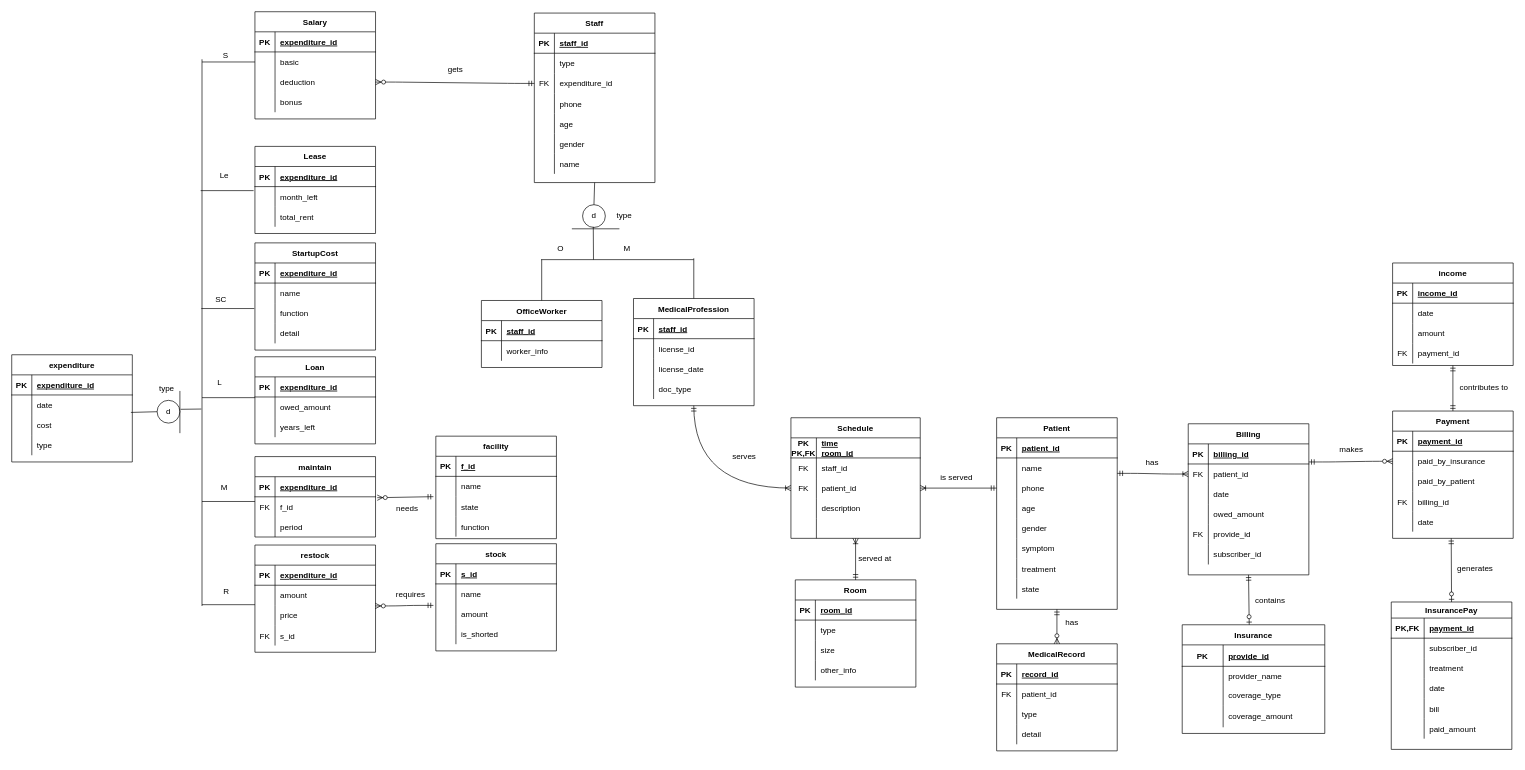
This is Untitled Diagram.drawio from Jikaqiu/Jikaqiu.github.io, a draw.io file, before an edit. Source tidied: cells renumbered, new cells numbered last; positions are measured from the earlier drawing's top-left corner, leaving out a move shared by most shapes. Both pictures are drawn from the tidied source at 67%, with x=0, y=0 at pixel (11, 11).
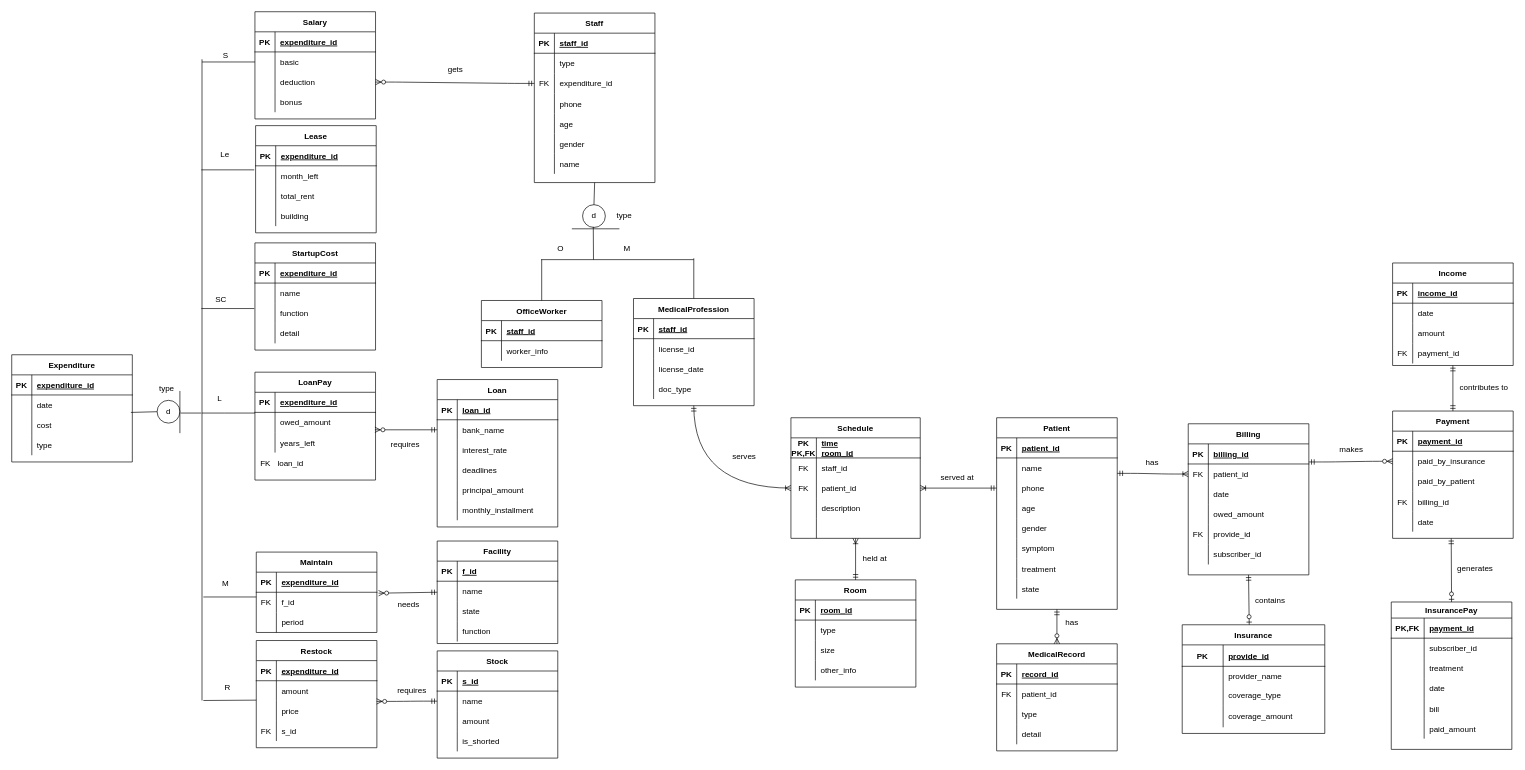
After the change.

Unchanged cells that the change refers to:
```xml
<mxCell id="218" style="shape=partialRectangle;fillColor=none;top=0;left=0;bottom=0;right=0;points=[[0,0.5],[1,0.5]];portConstraint=eastwest;" parent="214" vertex="1">
  <mxGeometry y="60" width="180" height="30" as="geometry" />
</mxCell>
<mxCell id="221" style="shape=partialRectangle;fillColor=none;top=0;left=0;bottom=0;right=0;points=[[0,0.5],[1,0.5]];portConstraint=eastwest;" parent="214" vertex="1">
  <mxGeometry y="90" width="180" height="30" as="geometry" />
</mxCell>
<mxCell id="234" style="shape=partialRectangle;fillColor=none;top=0;left=0;bottom=0;right=0;points=[[0,0.5],[1,0.5]];portConstraint=eastwest;" parent="227" vertex="1">
  <mxGeometry y="90" width="180" height="30" as="geometry" />
</mxCell>
<mxCell id="244" style="shape=partialRectangle;fillColor=none;top=0;left=0;bottom=0;right=0;points=[[0,0.5],[1,0.5]];portConstraint=eastwest;" parent="240" vertex="1">
  <mxGeometry y="60" width="180" height="30" as="geometry" />
</mxCell>
<mxCell id="254" style="shape=partialRectangle;fillColor=none;top=0;left=0;bottom=0;right=0;points=[[0,0.5],[1,0.5]];portConstraint=eastwest;" parent="250" vertex="1">
  <mxGeometry y="60" width="180" height="30" as="geometry" />
</mxCell>
<mxCell id="257" style="shape=partialRectangle;fillColor=none;top=0;left=0;bottom=0;right=0;points=[[0,0.5],[1,0.5]];portConstraint=eastwest;" parent="250" vertex="1">
  <mxGeometry y="90" width="180" height="30" as="geometry" />
</mxCell>
```

Change to the diagram source:
```diff
@@
-    <mxCell id="143" value="Loan" style="shape=table;startSize=30;childLayout=tableLayout;rowLines=0;fontStyle=1;align=center;" parent="1" vertex="1">
-      <mxGeometry x="363" y="515" width="180" height="130" as="geometry" />
+    <mxCell id="143" value="LoanPay" style="shape=table;startSize=30;childLayout=tableLayout;rowLines=0;fontStyle=1;align=center;" parent="1" vertex="1">
+      <mxGeometry x="363" y="538" width="180" height="161" as="geometry" />
     </mxCell>
@@
-    <mxCell id="201" value="income" style="shape=table;startSize=30;childLayout=tableLayout;rowLines=0;fontStyle=1;align=center;" parent="1" vertex="1">
+    <mxCell id="201" value="Income" style="shape=table;startSize=30;childLayout=tableLayout;rowLines=0;fontStyle=1;align=center;" parent="1" vertex="1">
       <mxGeometry x="2061" y="375" width="180" height="153" as="geometry" />
     </mxCell>
@@
-    <mxCell id="214" value="stock" style="shape=table;startSize=30;childLayout=tableLayout;rowLines=0;fontStyle=1;align=center;" parent="1" vertex="1">
-      <mxGeometry x="633" y="794" width="180" height="160" as="geometry" />
+    <mxCell id="214" value="Stock" style="shape=table;startSize=30;childLayout=tableLayout;rowLines=0;fontStyle=1;align=center;" parent="1" vertex="1">
+      <mxGeometry x="635" y="954" width="180" height="160" as="geometry" />
     </mxCell>
@@
-    <mxCell id="227" value="restock" style="shape=table;startSize=30;childLayout=tableLayout;rowLines=0;fontStyle=1;align=center;" parent="1" vertex="1">
-      <mxGeometry x="363" y="796" width="180" height="160" as="geometry" />
+    <mxCell id="227" value="Restock" style="shape=table;startSize=30;childLayout=tableLayout;rowLines=0;fontStyle=1;align=center;" parent="1" vertex="1">
+      <mxGeometry x="365" y="938.5" width="180" height="160" as="geometry" />
     </mxCell>
@@
-    <mxCell id="240" value="maintain" style="shape=table;startSize=30;childLayout=tableLayout;rowLines=0;fontStyle=1;align=center;" parent="1" vertex="1">
-      <mxGeometry x="363" y="664" width="180" height="120" as="geometry" />
+    <mxCell id="240" value="Maintain" style="shape=table;startSize=30;childLayout=tableLayout;rowLines=0;fontStyle=1;align=center;" parent="1" vertex="1">
+      <mxGeometry x="365" y="806.5" width="180" height="120" as="geometry" />
     </mxCell>
@@
-    <mxCell id="250" value="facility" style="shape=table;startSize=30;childLayout=tableLayout;rowLines=0;fontStyle=1;align=center;" parent="1" vertex="1">
-      <mxGeometry x="633" y="633.5" width="180" height="153" as="geometry" />
+    <mxCell id="250" value="Facility" style="shape=table;startSize=30;childLayout=tableLayout;rowLines=0;fontStyle=1;align=center;" parent="1" vertex="1">
+      <mxGeometry x="635" y="790" width="180" height="153" as="geometry" />
     </mxCell>
@@
-    <mxCell id="263" value="expenditure" style="shape=table;startSize=30;childLayout=tableLayout;rowLines=0;fontStyle=1;align=center;" parent="1" vertex="1">
+    <mxCell id="263" value="Expenditure" style="shape=table;startSize=30;childLayout=tableLayout;rowLines=0;fontStyle=1;align=center;" parent="1" vertex="1">
       <mxGeometry y="512" width="180" height="160" as="geometry" />
     </mxCell>
@@
-    <mxCell id="299" value="is served" style="text;html=1;align=center;verticalAlign=middle;fillColor=none;strokeColor=none;rounded=0;" parent="1" vertex="1">
-      <mxGeometry x="1381" y="687" width="58" height="18" as="geometry" />
+    <mxCell id="299" value="served at" style="text;html=1;align=center;verticalAlign=middle;fillColor=none;strokeColor=none;rounded=0;" parent="1" vertex="1">
+      <mxGeometry x="1381" y="687" width="59" height="18" as="geometry" />
     </mxCell>
@@
-    <mxCell id="301" value="served at" style="text;html=1;align=center;verticalAlign=middle;fillColor=none;strokeColor=none;rounded=0;" parent="1" vertex="1">
-      <mxGeometry x="1258" y="808" width="59" height="18" as="geometry" />
+    <mxCell id="301" value="held at" style="text;html=1;align=center;verticalAlign=middle;fillColor=none;strokeColor=none;rounded=0;" parent="1" vertex="1">
+      <mxGeometry x="1265" y="808" width="46" height="18" as="geometry" />
     </mxCell>
@@
     <mxCell id="309" style="endArrow=none;html=1;rounded=0;" parent="1" edge="1">
       <mxGeometry relative="1" as="geometry">
-        <mxPoint x="252" y="593.4" as="sourcePoint" />
-        <mxPoint x="283" y="593" as="targetPoint" />
+        <mxPoint x="252" y="599" as="sourcePoint" />
+        <mxPoint x="283" y="599" as="targetPoint" />
       </mxGeometry>
     </mxCell>
     <mxCell id="310" style="endArrow=none;html=1;rounded=0;" parent="1" edge="1">
       <mxGeometry relative="1" as="geometry">
-        <mxPoint x="284" y="887" as="sourcePoint" />
+        <mxPoint x="284" y="1028" as="sourcePoint" />
         <mxPoint x="284" y="71" as="targetPoint" />
       </mxGeometry>
     </mxCell>
@@
     <mxCell id="313" style="endArrow=none;html=1;rounded=0;" parent="1" edge="1">
       <mxGeometry relative="1" as="geometry">
-        <mxPoint x="284" y="576" as="sourcePoint" />
-        <mxPoint x="363" y="576" as="targetPoint" />
+        <mxPoint x="284" y="599" as="sourcePoint" />
+        <mxPoint x="363" y="599" as="targetPoint" />
+        <Array as="points">
+          <mxPoint x="318" y="599" />
+        </Array>
       </mxGeometry>
     </mxCell>
     <mxCell id="314" style="endArrow=none;html=1;rounded=0;" parent="1" edge="1">
       <mxGeometry relative="1" as="geometry">
-        <mxPoint x="284" y="731" as="sourcePoint" />
-        <mxPoint x="363" y="731" as="targetPoint" />
+        <mxPoint x="286" y="873.5" as="sourcePoint" />
+        <mxPoint x="365" y="873.5" as="targetPoint" />
       </mxGeometry>
     </mxCell>
     <mxCell id="315" style="endArrow=none;html=1;rounded=0;" parent="1" edge="1">
       <mxGeometry relative="1" as="geometry">
-        <mxPoint x="284" y="885" as="sourcePoint" />
-        <mxPoint x="363" y="885" as="targetPoint" />
+        <mxPoint x="286" y="1028" as="sourcePoint" />
+        <mxPoint x="365" y="1027.5" as="targetPoint" />
       </mxGeometry>
     </mxCell>
     <mxCell id="316" value="L" style="text;html=1;align=center;verticalAlign=middle;fillColor=none;strokeColor=none;rounded=0;" parent="1" vertex="1">
-      <mxGeometry x="301" y="545" width="17" height="18" as="geometry" />
+      <mxGeometry x="301" y="568" width="17" height="18" as="geometry" />
     </mxCell>
     <mxCell id="317" value="M" style="text;html=1;align=center;verticalAlign=middle;fillColor=none;strokeColor=none;rounded=0;" parent="1" vertex="1">
-      <mxGeometry x="307" y="701" width="20" height="18" as="geometry" />
+      <mxGeometry x="309" y="843.5" width="20" height="18" as="geometry" />
     </mxCell>
     <mxCell id="318" value="R" style="text;html=1;align=center;verticalAlign=middle;fillColor=none;strokeColor=none;rounded=0;" parent="1" vertex="1">
-      <mxGeometry x="310" y="857" width="19" height="18" as="geometry" />
+      <mxGeometry x="312" y="999.5" width="19" height="18" as="geometry" />
     </mxCell>
-    <mxCell id="319" style="fontSize=12;html=1;endArrow=ERzeroToMany;startArrow=ERmandOne;exitX=-0.02;exitY=0.01;exitDx=0;exitDy=0;exitPerimeter=0;entryX=1.014;entryY=0.045;entryDx=0;entryDy=0;entryPerimeter=0;" parent="1" edge="1" source="257" target="244">
+    <mxCell id="319" style="fontSize=12;html=1;endArrow=ERzeroToMany;startArrow=ERmandOne;entryX=1.014;entryY=0.045;entryDx=0;entryDy=0;entryPerimeter=0;" parent="1" edge="1" source="254" target="244">
       <mxGeometry relative="1" as="geometry" />
     </mxCell>
     <mxCell id="320" value="needs" style="text;html=1;align=center;verticalAlign=middle;fillColor=none;strokeColor=none;rounded=0;" parent="1" vertex="1">
-      <mxGeometry x="568" y="733" width="43" height="18" as="geometry" />
+      <mxGeometry x="570" y="875.5" width="43" height="18" as="geometry" />
     </mxCell>
-    <mxCell id="321" style="edgeStyle=entityRelationEdgeStyle;fontSize=12;html=1;endArrow=ERzeroToMany;startArrow=ERmandOne;entryX=0.998;entryY=0.029;entryDx=0;entryDy=0;entryPerimeter=0;exitX=-0.02;exitY=0.069;exitDx=0;exitDy=0;exitPerimeter=0;" parent="1" edge="1" source="221" target="234">
+    <mxCell id="321" style="edgeStyle=entityRelationEdgeStyle;fontSize=12;html=1;endArrow=ERzeroToMany;startArrow=ERmandOne;entryX=0.998;entryY=0.029;entryDx=0;entryDy=0;entryPerimeter=0;exitX=0;exitY=0.5;exitDx=0;exitDy=0;" parent="1" edge="1" source="218" target="234">
       <mxGeometry relative="1" as="geometry" />
     </mxCell>
     <mxCell id="322" value="requires" style="text;html=1;align=center;verticalAlign=middle;fillColor=none;strokeColor=none;rounded=0;" parent="1" vertex="1">
-      <mxGeometry x="568" y="861" width="53" height="18" as="geometry" />
+      <mxGeometry x="570" y="1003.5" width="53" height="18" as="geometry" />
     </mxCell>
     <mxCell id="323" value="Lease" style="shape=table;startSize=30;childLayout=tableLayout;rowLines=0;fontStyle=1;align=center;" parent="1" vertex="1">
-      <mxGeometry x="363" y="201" width="180" height="130" as="geometry" />
+      <mxGeometry x="364" y="170" width="180" height="160" as="geometry" />
     </mxCell>
@@
+    <mxCell id="352" style="shape=partialRectangle;fillColor=none;top=0;left=0;bottom=0;right=0;" parent="323" vertex="1">
+      <mxGeometry y="120" width="180" height="30" as="geometry" />
+    </mxCell>
+    <mxCell id="353" style="shape=partialRectangle;fillColor=none;top=0;left=0;bottom=0;right=0;overflow=hidden;" parent="352" vertex="1">
+      <mxGeometry width="30" height="30" as="geometry" />
+    </mxCell>
+    <mxCell id="354" value="building" style="shape=partialRectangle;fillColor=none;top=0;left=0;bottom=0;right=0;align=left;spacingLeft=6;overflow=hidden;" parent="352" vertex="1">
+      <mxGeometry x="30" width="150" height="30" as="geometry" />
+    </mxCell>
     <mxCell id="333" style="endArrow=none;html=1;rounded=0;" parent="1" edge="1">
       <mxGeometry relative="1" as="geometry">
-        <mxPoint x="282" y="267" as="sourcePoint" />
-        <mxPoint x="361" y="267" as="targetPoint" />
+        <mxPoint x="283" y="236" as="sourcePoint" />
+        <mxPoint x="362" y="236" as="targetPoint" />
       </mxGeometry>
     </mxCell>
     <mxCell id="334" value="Le" style="text;html=1;align=center;verticalAlign=middle;fillColor=none;strokeColor=none;rounded=0;" parent="1" vertex="1">
-      <mxGeometry x="305" y="236" width="23" height="18" as="geometry" />
+      <mxGeometry x="306" y="205" width="23" height="18" as="geometry" />
     </mxCell>
@@
+    <mxCell id="355" value="Loan" style="shape=table;startSize=30;childLayout=tableLayout;rowLines=0;fontStyle=1;align=center;" parent="1" vertex="1">
+      <mxGeometry x="635" y="549" width="180" height="220" as="geometry" />
+    </mxCell>
+    <mxCell id="356" style="shape=partialRectangle;fillColor=none;top=0;left=0;bottom=1;right=0;" parent="355" vertex="1">
+      <mxGeometry y="30" width="180" height="30" as="geometry" />
+    </mxCell>
+    <mxCell id="357" value="PK" style="shape=partialRectangle;fillColor=none;top=0;left=0;bottom=0;right=0;fontStyle=1;overflow=hidden;" parent="356" vertex="1">
+      <mxGeometry width="30" height="30" as="geometry" />
+    </mxCell>
+    <mxCell id="358" value="loan_id" style="shape=partialRectangle;fillColor=none;top=0;left=0;bottom=0;right=0;align=left;spacingLeft=6;fontStyle=5;overflow=hidden;" parent="356" vertex="1">
+      <mxGeometry x="30" width="150" height="30" as="geometry" />
+    </mxCell>
+    <mxCell id="359" style="shape=partialRectangle;fillColor=none;top=0;left=0;bottom=0;right=0;points=[[0,0.5],[1,0.5]];portConstraint=eastwest;" parent="355" vertex="1">
+      <mxGeometry y="60" width="180" height="30" as="geometry" />
+    </mxCell>
+    <mxCell id="360" style="shape=partialRectangle;fillColor=none;top=0;left=0;bottom=0;right=0;overflow=hidden;" parent="359" vertex="1">
+      <mxGeometry width="30" height="30" as="geometry" />
+    </mxCell>
+    <mxCell id="361" value="bank_name" style="shape=partialRectangle;fillColor=none;top=0;left=0;bottom=0;right=0;align=left;spacingLeft=6;overflow=hidden;" parent="359" vertex="1">
+      <mxGeometry x="30" width="150" height="30" as="geometry" />
+    </mxCell>
+    <mxCell id="362" style="shape=partialRectangle;fillColor=none;top=0;left=0;bottom=0;right=0;" parent="355" vertex="1">
+      <mxGeometry y="90" width="180" height="30" as="geometry" />
+    </mxCell>
+    <mxCell id="363" style="shape=partialRectangle;fillColor=none;top=0;left=0;bottom=0;right=0;overflow=hidden;" parent="362" vertex="1">
+      <mxGeometry width="30" height="30" as="geometry" />
+    </mxCell>
+    <mxCell id="364" value="interest_rate" style="shape=partialRectangle;fillColor=none;top=0;left=0;bottom=0;right=0;align=left;spacingLeft=6;overflow=hidden;" parent="362" vertex="1">
+      <mxGeometry x="30" width="150" height="30" as="geometry" />
+    </mxCell>
+    <mxCell id="365" style="shape=partialRectangle;fillColor=none;top=0;left=0;bottom=0;right=0;" parent="355" vertex="1">
+      <mxGeometry y="120" width="180" height="30" as="geometry" />
+    </mxCell>
+    <mxCell id="366" style="shape=partialRectangle;fillColor=none;top=0;left=0;bottom=0;right=0;overflow=hidden;" parent="365" vertex="1">
+      <mxGeometry width="30" height="30" as="geometry" />
+    </mxCell>
+    <mxCell id="367" value="deadlines" style="shape=partialRectangle;fillColor=none;top=0;left=0;bottom=0;right=0;align=left;spacingLeft=6;overflow=hidden;" parent="365" vertex="1">
+      <mxGeometry x="30" width="150" height="30" as="geometry" />
+    </mxCell>
+    <mxCell id="368" style="shape=partialRectangle;fillColor=none;top=0;left=0;bottom=0;right=0;" parent="355" vertex="1">
+      <mxGeometry y="150" width="180" height="30" as="geometry" />
+    </mxCell>
+    <mxCell id="369" style="shape=partialRectangle;fillColor=none;top=0;left=0;bottom=0;right=0;overflow=hidden;" parent="368" vertex="1">
+      <mxGeometry width="30" height="30" as="geometry" />
+    </mxCell>
+    <mxCell id="370" value="principal_amount" style="shape=partialRectangle;fillColor=none;top=0;left=0;bottom=0;right=0;align=left;spacingLeft=6;overflow=hidden;" parent="368" vertex="1">
+      <mxGeometry x="30" width="150" height="30" as="geometry" />
+    </mxCell>
+    <mxCell id="371" style="shape=partialRectangle;fillColor=none;top=0;left=0;bottom=0;right=0;" parent="355" vertex="1">
+      <mxGeometry y="180" width="180" height="30" as="geometry" />
+    </mxCell>
+    <mxCell id="372" style="shape=partialRectangle;fillColor=none;top=0;left=0;bottom=0;right=0;overflow=hidden;" parent="371" vertex="1">
+      <mxGeometry width="30" height="30" as="geometry" />
+    </mxCell>
+    <mxCell id="373" value="monthly_installment" style="shape=partialRectangle;fillColor=none;top=0;left=0;bottom=0;right=0;align=left;spacingLeft=6;overflow=hidden;" parent="371" vertex="1">
+      <mxGeometry x="30" width="150" height="30" as="geometry" />
+    </mxCell>
+    <mxCell id="374" style="shape=partialRectangle;fillColor=none;top=0;left=0;bottom=0;right=0;" parent="1" vertex="1">
+      <mxGeometry x="364" y="659" width="180" height="30" as="geometry" />
+    </mxCell>
+    <mxCell id="375" value="FK" style="shape=partialRectangle;fillColor=none;top=0;left=0;bottom=0;right=0;overflow=hidden;" parent="374" vertex="1">
+      <mxGeometry width="30" height="30" as="geometry" />
+    </mxCell>
+    <mxCell id="376" value="loan_id" style="shape=partialRectangle;fillColor=none;top=0;left=0;bottom=0;right=0;align=left;spacingLeft=6;overflow=hidden;" parent="374" vertex="1">
+      <mxGeometry x="25" width="150" height="30" as="geometry" />
+    </mxCell>
+    <mxCell id="377" style="fontSize=12;html=1;endArrow=ERzeroToMany;startArrow=ERmandOne;exitX=0;exitY=0.5;exitDx=0;exitDy=0;" parent="1" edge="1" source="359">
+      <mxGeometry relative="1" as="geometry">
+        <mxPoint x="542" y="624" as="targetPoint" />
+      </mxGeometry>
+    </mxCell>
+    <mxCell id="378" value="requires" style="text;html=1;align=center;verticalAlign=middle;fillColor=none;strokeColor=none;rounded=0;" parent="1" vertex="1">
+      <mxGeometry x="560" y="637" width="53" height="18" as="geometry" />
+    </mxCell>
```
